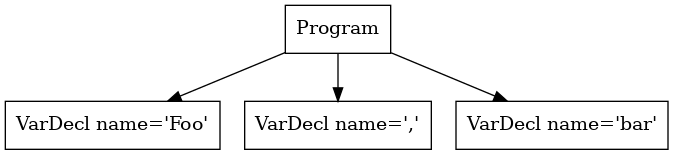
This is tree.png from phamml/p2-parser, a Graphviz export, as it was before one commit. Its source is kept beside it as tree.dot.
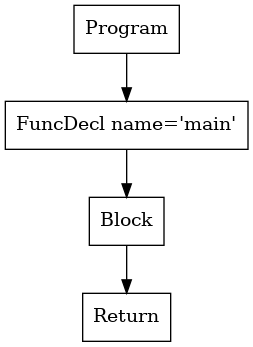
After the commit.

Diff of the diagram source:
```diff
@@ -1,9 +1,9 @@
 digraph AST {
-1 [shape=box, label="VarDecl name='Foo'"];
-2 [shape=box, label="VarDecl name=','"];
-3 [shape=box, label="VarDecl name='bar'"];
+3 [shape=box, label="Return"];
+2 [shape=box, label="Block"];
+2 -> 3;
+1 [shape=box, label="FuncDecl name='main'"];
+1 -> 2;
 0 [shape=box, label="Program"];
 0 -> 1;
-0 -> 2;
-0 -> 3;
 }
```
